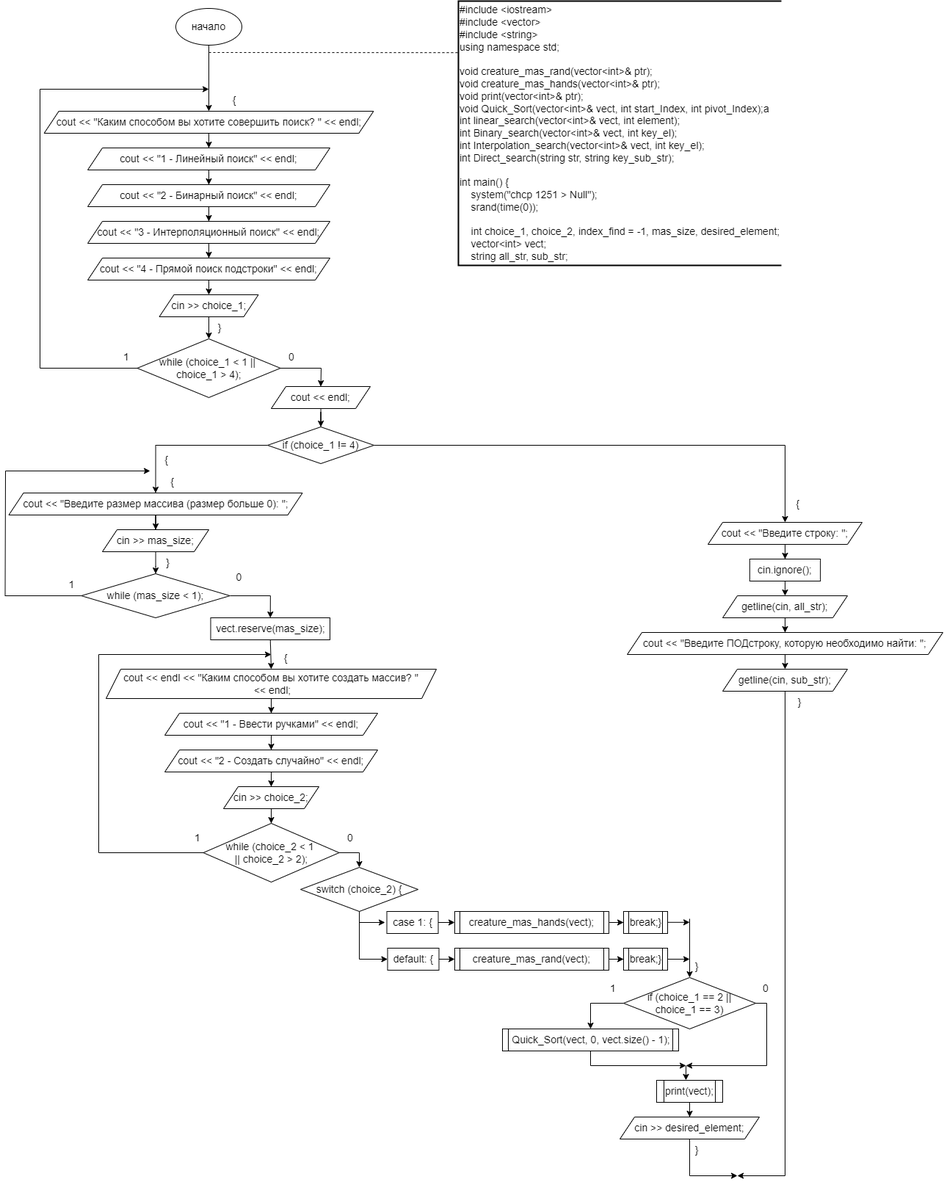
This is методы поиска блок-схема.drawio.png from SonyAkb/sorting-and-searching, a draw.io export, as it was before one commit. Source tidied: cells renumbered, new cells last; positions are measured from the earlier drawing's top-left corner, leaving out a move shared by most shapes.
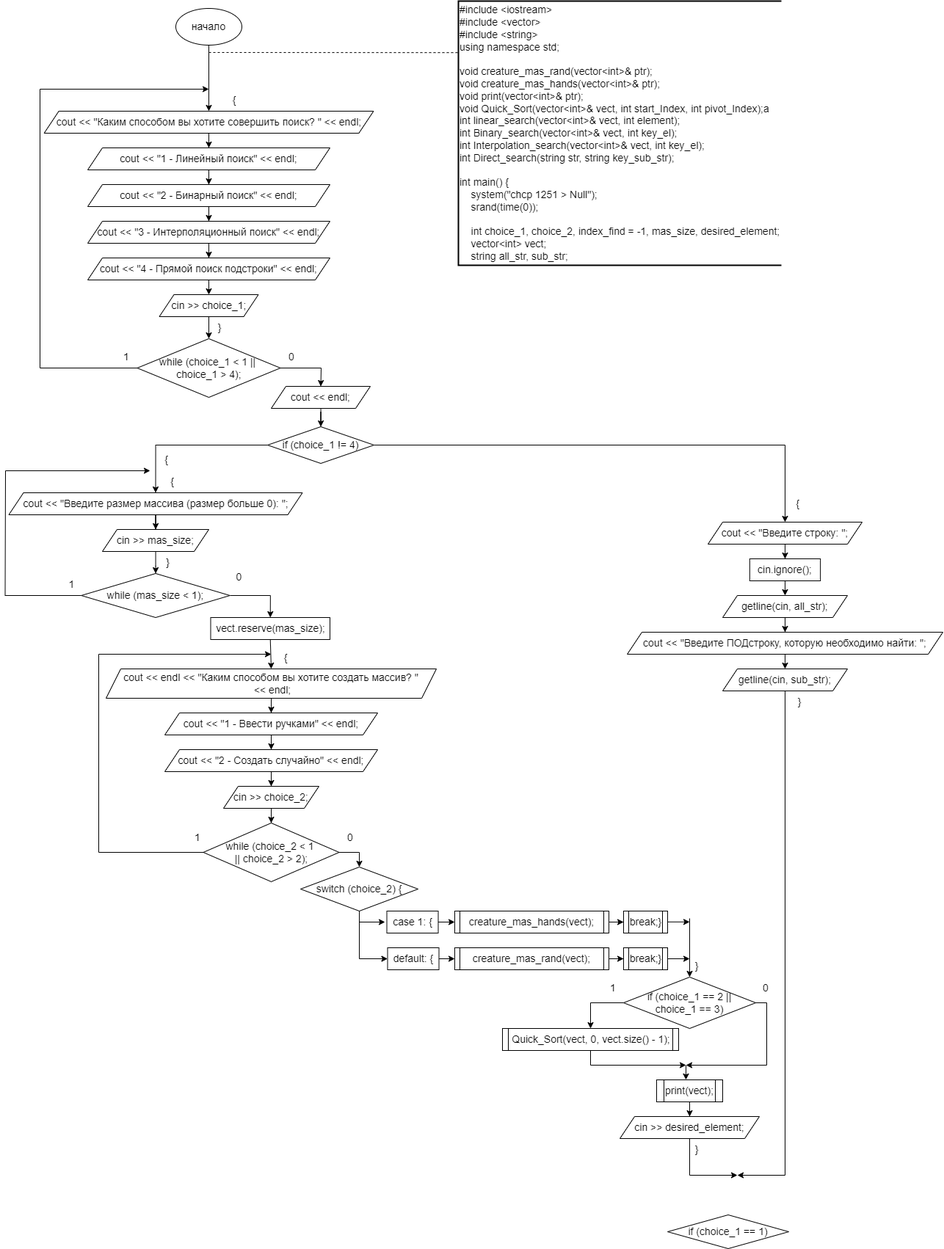
The same diagram one commit later.

The edit, as a diff of the source:
```diff
@@ -365,5 +365,8 @@
         </Array>
       </mxGeometry>
     </mxCell>
+    <mxCell id="100" value="if (choice_1 == 1)" style="rhombus;whiteSpace=wrap;html=1;fontSize=14;" parent="1" vertex="1">
+      <mxGeometry x="903" y="1654" width="165" height="46" as="geometry" />
+    </mxCell>
   </root>
 </mxGraphModel>
```
